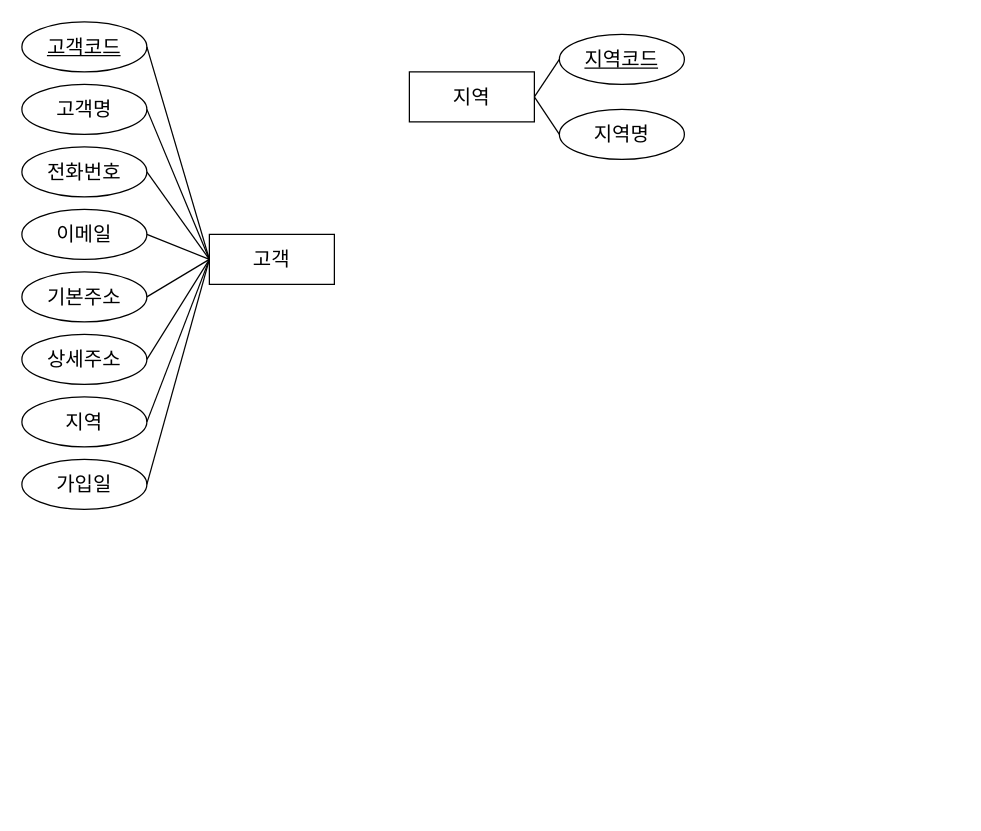
Before: page "ERD" (1 of 2) of 온라인상거래.drawio in Unbbox/oraclesource, a draw.io diagram. Source tidied: cells renumbered, new cells numbered last; positions are measured from the earlier drawing's top-left corner, leaving out a move shared by most shapes. Both pictures are drawn from the tidied source at 125%, with x=0, y=0 at pixel (21, 21).
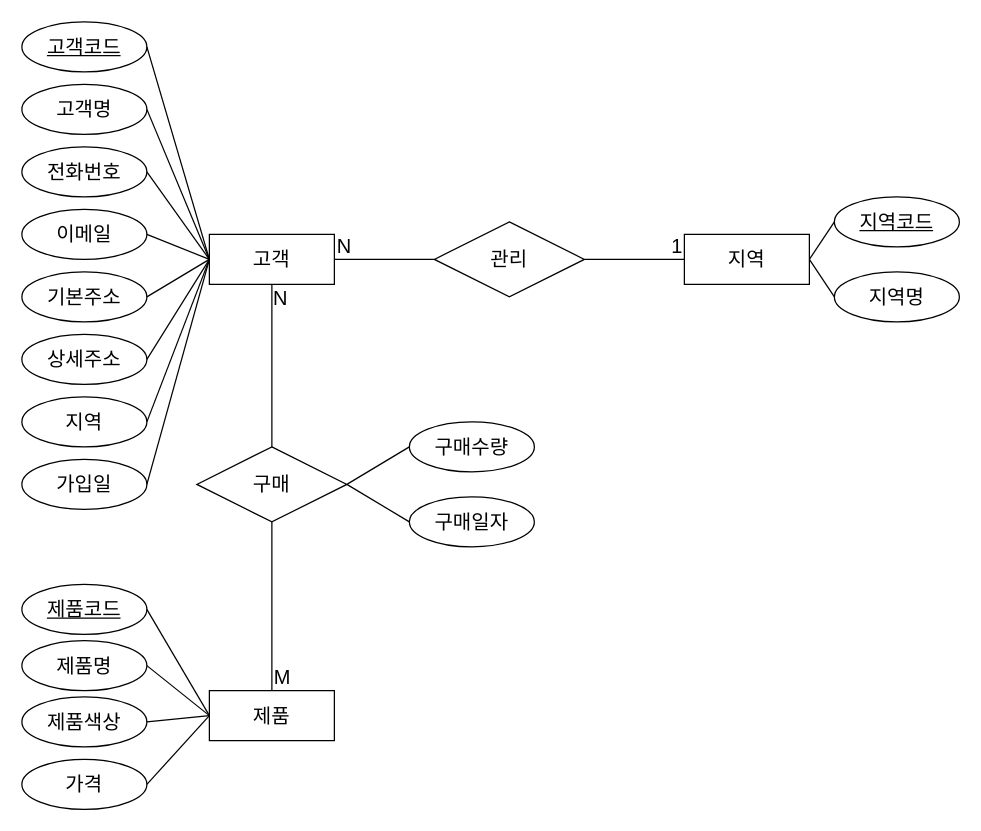
After the change.

Commit message (it also covers changes not shown here):
온라인상거래.drawio 업데이트

Unchanged cells that the change refers to:
```xml
<mxCell id="2" value="고객" style="whiteSpace=wrap;html=1;align=center;fontSize=16;" parent="1" vertex="1">
  <mxGeometry x="150" y="170" width="100" height="40" as="geometry" />
</mxCell>
```

Change to the diagram source:
```diff
@@
     <mxCell id="19" value="지역" style="whiteSpace=wrap;html=1;align=center;fontSize=16;" parent="1" vertex="1">
-      <mxGeometry x="310" y="40" width="100" height="40" as="geometry" />
+      <mxGeometry x="530" y="170" width="100" height="40" as="geometry" />
     </mxCell>
     <mxCell id="20" value="지역코드" style="ellipse;whiteSpace=wrap;html=1;align=center;fontStyle=4;fontSize=16;" parent="1" vertex="1">
-      <mxGeometry x="430" y="10" width="100" height="40" as="geometry" />
+      <mxGeometry x="650" y="140" width="100" height="40" as="geometry" />
     </mxCell>
     <mxCell id="21" value="지역명" style="ellipse;whiteSpace=wrap;html=1;align=center;fontSize=16;" parent="1" vertex="1">
-      <mxGeometry x="430" y="70" width="100" height="40" as="geometry" />
+      <mxGeometry x="650" y="200" width="100" height="40" as="geometry" />
     </mxCell>
@@
+    <mxCell id="24" value="제품" style="whiteSpace=wrap;html=1;align=center;fontSize=16;" parent="1" vertex="1">
+      <mxGeometry x="150" y="535" width="100" height="40" as="geometry" />
+    </mxCell>
+    <mxCell id="25" value="제품코드" style="ellipse;whiteSpace=wrap;html=1;align=center;fontStyle=4;fontSize=16;" parent="1" vertex="1">
+      <mxGeometry y="450" width="100" height="40" as="geometry" />
+    </mxCell>
+    <mxCell id="26" value="제품명" style="ellipse;whiteSpace=wrap;html=1;align=center;fontSize=16;" parent="1" vertex="1">
+      <mxGeometry y="495" width="100" height="40" as="geometry" />
+    </mxCell>
+    <mxCell id="27" value="제품색상" style="ellipse;whiteSpace=wrap;html=1;align=center;fontSize=16;" parent="1" vertex="1">
+      <mxGeometry y="540" width="100" height="40" as="geometry" />
+    </mxCell>
+    <mxCell id="28" value="가격" style="ellipse;whiteSpace=wrap;html=1;align=center;fontSize=16;" parent="1" vertex="1">
+      <mxGeometry y="590" width="100" height="40" as="geometry" />
+    </mxCell>
+    <mxCell id="29" style="endArrow=none;html=1;rounded=0;fontSize=12;startSize=8;endSize=8;curved=1;entryX=0;entryY=0.5;entryDx=0;entryDy=0;exitX=1;exitY=0.5;exitDx=0;exitDy=0;" parent="1" edge="1" source="25" target="24">
+      <mxGeometry relative="1" as="geometry" />
+    </mxCell>
+    <mxCell id="30" style="endArrow=none;html=1;rounded=0;fontSize=12;startSize=8;endSize=8;curved=1;entryX=0;entryY=0.5;entryDx=0;entryDy=0;exitX=1;exitY=0.5;exitDx=0;exitDy=0;" parent="1" edge="1" source="26" target="24">
+      <mxGeometry relative="1" as="geometry" />
+    </mxCell>
+    <mxCell id="31" style="endArrow=none;html=1;rounded=0;fontSize=12;startSize=8;endSize=8;curved=1;entryX=1;entryY=0.5;entryDx=0;entryDy=0;" parent="1" edge="1" target="27">
+      <mxGeometry relative="1" as="geometry">
+        <mxPoint x="150" y="555" as="sourcePoint" />
+      </mxGeometry>
+    </mxCell>
+    <mxCell id="32" style="endArrow=none;html=1;rounded=0;fontSize=12;startSize=8;endSize=8;curved=1;entryX=1;entryY=0.5;entryDx=0;entryDy=0;exitX=0;exitY=0.5;exitDx=0;exitDy=0;" parent="1" edge="1" source="24" target="28">
+      <mxGeometry relative="1" as="geometry" />
+    </mxCell>
+    <mxCell id="33" value="관리" style="shape=rhombus;perimeter=rhombusPerimeter;whiteSpace=wrap;html=1;align=center;fontSize=16;" parent="1" vertex="1">
+      <mxGeometry x="330" y="160" width="120" height="60" as="geometry" />
+    </mxCell>
+    <mxCell id="34" style="endArrow=none;html=1;rounded=0;fontSize=12;startSize=8;endSize=8;curved=1;exitX=1;exitY=0.5;exitDx=0;exitDy=0;entryX=0;entryY=0.5;entryDx=0;entryDy=0;" parent="1" edge="1" source="33" target="19">
+      <mxGeometry relative="1" as="geometry" />
+    </mxCell>
+    <mxCell id="35" value="1" style="html=1;whiteSpace=wrap;align=right;verticalAlign=bottom;fontSize=16;" parent="34" vertex="1">
+      <mxGeometry x="1" relative="1" as="geometry" />
+    </mxCell>
+    <mxCell id="36" style="endArrow=none;html=1;rounded=0;fontSize=12;startSize=8;endSize=8;curved=1;entryX=1;entryY=0.5;entryDx=0;entryDy=0;exitX=0;exitY=0.5;exitDx=0;exitDy=0;" parent="1" edge="1" source="33" target="2">
+      <mxGeometry relative="1" as="geometry" />
+    </mxCell>
+    <mxCell id="37" value="N" style="html=1;whiteSpace=wrap;align=right;verticalAlign=bottom;fontSize=16;" parent="36" vertex="1">
+      <mxGeometry x="1" relative="1" as="geometry">
+        <mxPoint x="15" as="offset" />
+      </mxGeometry>
+    </mxCell>
+    <mxCell id="38" style="endArrow=none;html=1;rounded=0;fontSize=12;startSize=8;endSize=8;curved=1;entryX=0.5;entryY=1;entryDx=0;entryDy=0;exitX=0.5;exitY=0;exitDx=0;exitDy=0;" parent="1" edge="1" source="24" target="2">
+      <mxGeometry relative="1" as="geometry" />
+    </mxCell>
+    <mxCell id="39" value="M" style="html=1;whiteSpace=wrap;align=left;verticalAlign=bottom;fontSize=16;" parent="38" vertex="1">
+      <mxGeometry x="-1" relative="1" as="geometry" />
+    </mxCell>
+    <mxCell id="40" value="N" style="html=1;whiteSpace=wrap;align=right;verticalAlign=bottom;fontSize=16;" parent="38" vertex="1">
+      <mxGeometry x="1" relative="1" as="geometry">
+        <mxPoint x="14" y="22" as="offset" />
+      </mxGeometry>
+    </mxCell>
+    <mxCell id="41" value="구매" style="shape=rhombus;perimeter=rhombusPerimeter;whiteSpace=wrap;html=1;align=center;fontSize=16;" parent="1" vertex="1">
+      <mxGeometry x="140" y="340" width="120" height="60" as="geometry" />
+    </mxCell>
+    <mxCell id="42" value="구매수량" style="ellipse;whiteSpace=wrap;html=1;align=center;fontSize=16;" parent="1" vertex="1">
+      <mxGeometry x="310" y="320" width="100" height="40" as="geometry" />
+    </mxCell>
+    <mxCell id="43" value="구매일자" style="ellipse;whiteSpace=wrap;html=1;align=center;fontSize=16;" parent="1" vertex="1">
+      <mxGeometry x="310" y="380" width="100" height="40" as="geometry" />
+    </mxCell>
+    <mxCell id="44" style="endArrow=none;html=1;rounded=0;fontSize=12;startSize=8;endSize=8;curved=1;exitX=1;exitY=0.5;exitDx=0;exitDy=0;entryX=0;entryY=0.5;entryDx=0;entryDy=0;" parent="1" edge="1" source="41" target="42">
+      <mxGeometry relative="1" as="geometry" />
+    </mxCell>
+    <mxCell id="45" style="endArrow=none;html=1;rounded=0;fontSize=12;startSize=8;endSize=8;curved=1;exitX=1;exitY=0.5;exitDx=0;exitDy=0;entryX=0;entryY=0.5;entryDx=0;entryDy=0;" parent="1" edge="1" source="41" target="43">
+      <mxGeometry relative="1" as="geometry" />
+    </mxCell>
```
